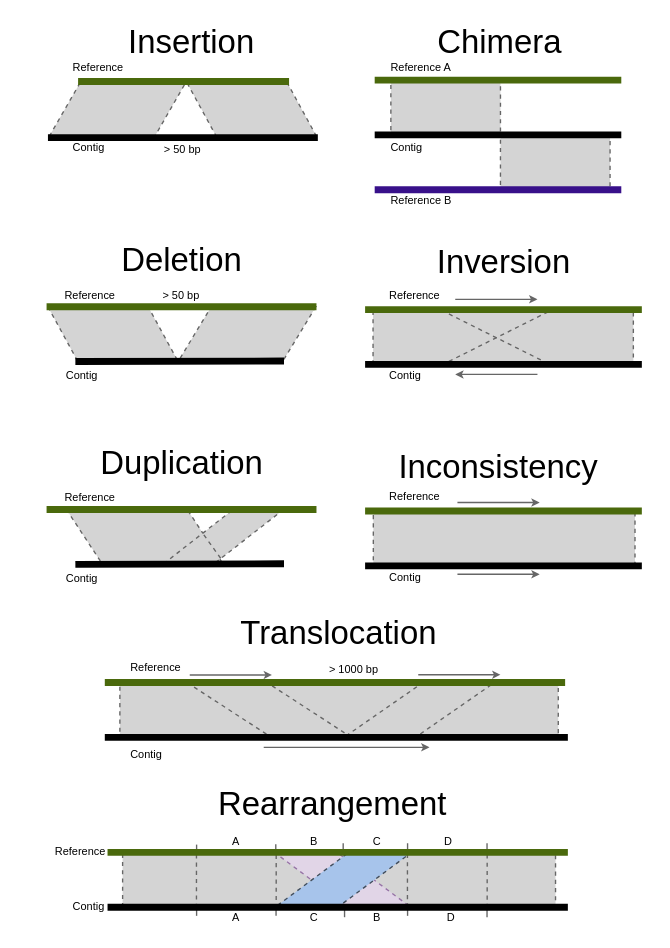
This is docs/resources/misassembly.drawio from B-UMMI/LMAS, a draw.io file, before an edit. Source tidied: cells renumbered, new cells numbered last; positions are measured from the earlier drawing's top-left corner, leaving out a move shared by most shapes. Both pictures are drawn from the tidied source at 137%, with x=0, y=0 at pixel (23, 29).
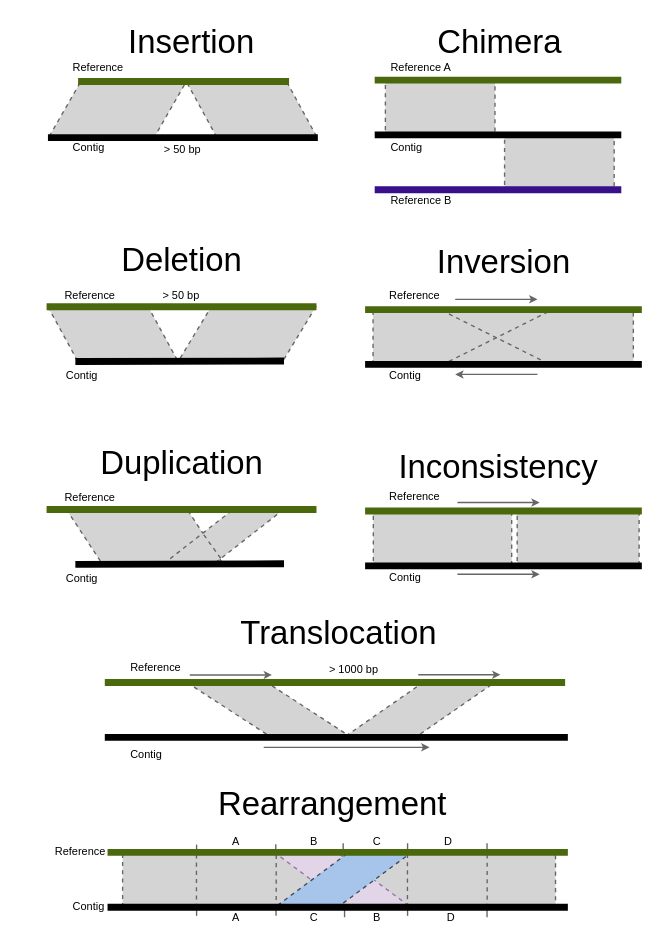
Above is the later version.

Unchanged cells that the change refers to:
```xml
<mxCell id="13" style="group;" parent="11" vertex="1">
  <mxGeometry y="25.7" width="338" height="77.5" as="geometry" />
</mxCell>
<mxCell id="65" style="group;" parent="1" vertex="1">
  <mxGeometry x="249" y="310" width="202" height="95" as="geometry" />
</mxCell>
```

The edit, as a diff of the source:
```diff
@@
     <mxCell id="2" style="rounded=0;whiteSpace=wrap;html=1;dashed=1;fontSize=8;strokeWidth=1;fillColor=#D4D4D4;align=left;strokeColor=#666666;" parent="1" vertex="1">
-      <mxGeometry x="347.8" y="77.5" width="80" height="40" as="geometry" />
+      <mxGeometry x="350.8" y="77.5" width="80" height="40" as="geometry" />
     </mxCell>
     <mxCell id="3" style="rounded=0;whiteSpace=wrap;html=1;dashed=1;fontSize=8;strokeWidth=1;fillColor=#D4D4D4;align=left;strokeColor=#666666;" parent="1" vertex="1">
-      <mxGeometry x="267.8" y="37.5" width="80" height="40" as="geometry" />
+      <mxGeometry x="263.8" y="37.5" width="80" height="40" as="geometry" />
     </mxCell>
@@
-    <mxCell id="14" style="rounded=0;whiteSpace=wrap;html=1;dashed=1;fontSize=8;strokeWidth=1;fillColor=#D4D4D4;align=left;strokeColor=#666666;" parent="13" vertex="1">
-      <mxGeometry x="11" y="20" width="320" height="40" as="geometry" />
-    </mxCell>
@@
     <mxCell id="67" style="rounded=0;whiteSpace=wrap;html=1;dashed=1;fontSize=8;strokeWidth=1;fillColor=#D4D4D4;align=left;strokeColor=#666666;" parent="65" vertex="1">
-      <mxGeometry x="6" y="41.5" width="191" height="40" as="geometry" />
+      <mxGeometry x="6" y="41" width="101" height="40.5" as="geometry" />
     </mxCell>
@@
+    <mxCell id="107" style="rounded=0;whiteSpace=wrap;html=1;dashed=1;fontSize=8;strokeWidth=1;fillColor=#D4D4D4;align=left;strokeColor=#666666;" parent="65" vertex="1">
+      <mxGeometry x="111" y="41" width="89" height="40.5" as="geometry" />
+    </mxCell>
```
